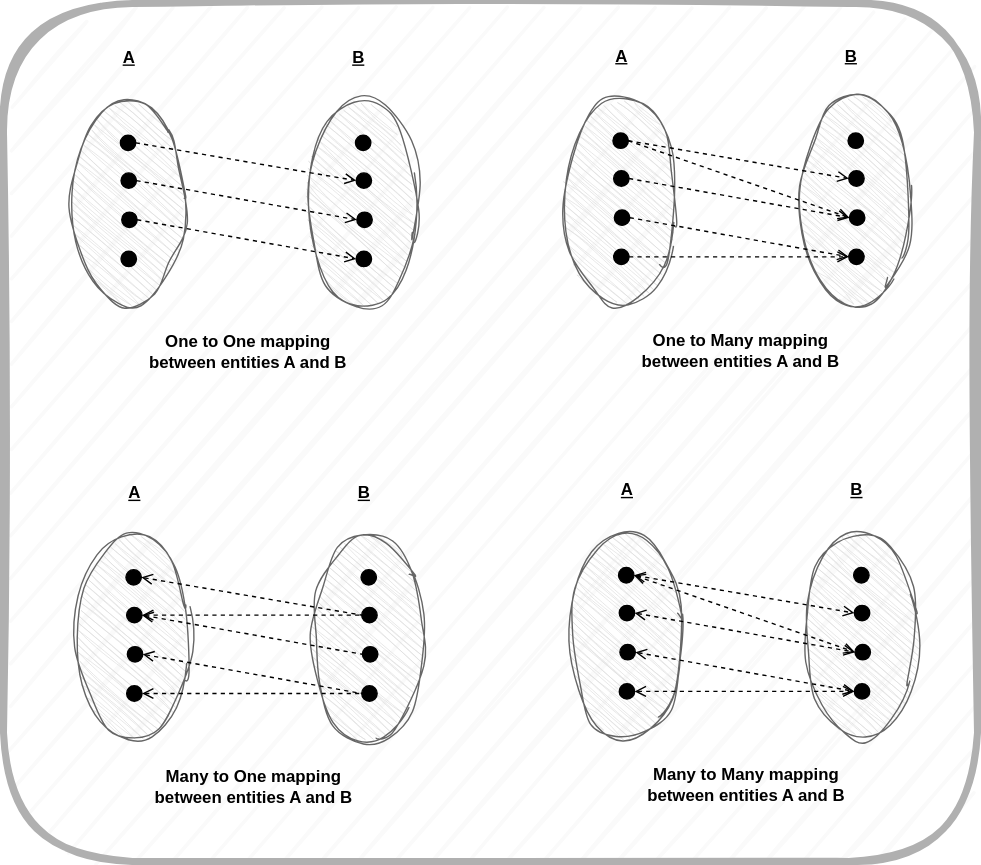
lightpack/docs keeps this draw.io diagram as _media/orm/rdbms-association-types.svg. Above is the earlier version. Source tidied: cells renumbered, new cells last; positions are measured from the earlier drawing's top-left corner, leaving out a move shared by most shapes.
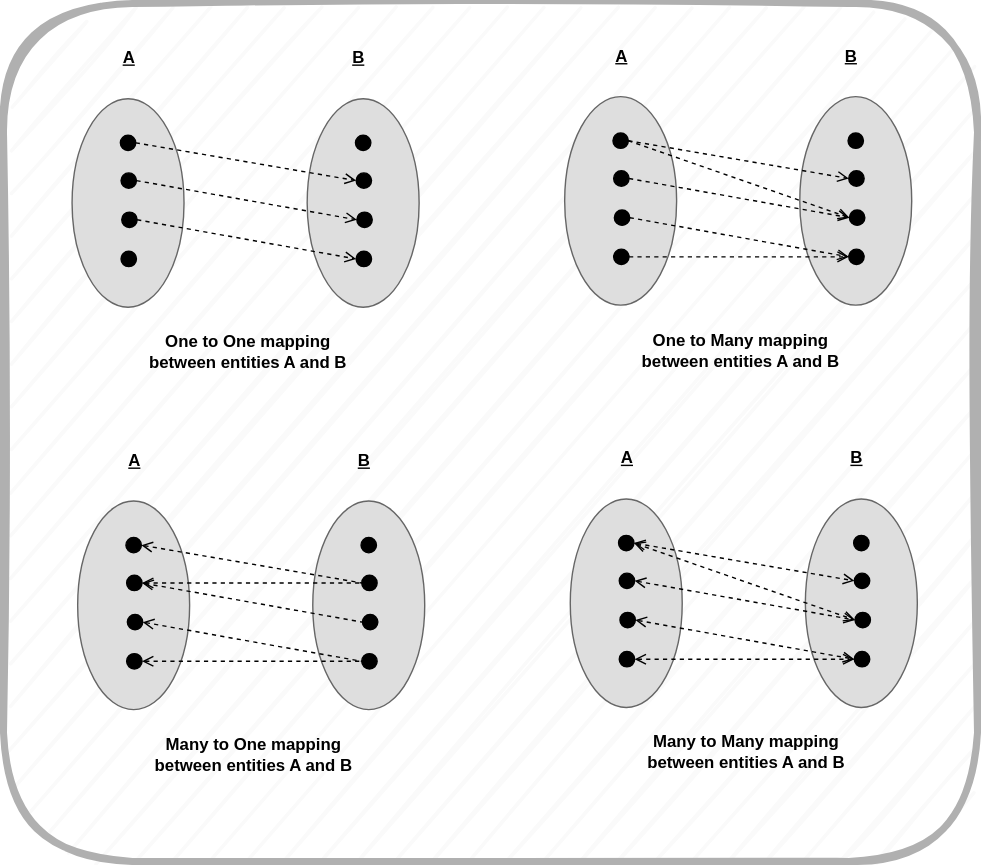
After the change.

Commit message:
docs: add relationship diagrams and documentation

Diff of the diagram source:
```diff
@@ -5,7 +5,7 @@
     <mxCell id="2" style="rounded=1;whiteSpace=wrap;html=1;strokeWidth=5;fillColor=#FAFAFA;strokeColor=#B0B0B0;fontColor=#333333;glass=0;shadow=0;sketch=1;curveFitting=1;jiggle=2;" parent="1" vertex="1">
       <mxGeometry width="696" height="613" as="geometry" />
     </mxCell>
-    <mxCell id="3" style="ellipse;whiteSpace=wrap;html=1;direction=south;fillColor=#DEDEDE;strokeColor=#666666;sketch=1;curveFitting=1;jiggle=2;fontColor=#333333;" parent="1" vertex="1">
+    <mxCell id="3" style="ellipse;whiteSpace=wrap;html=1;direction=south;fillColor=#DEDEDE;strokeColor=#666666;fontColor=#333333;" parent="1" vertex="1">
       <mxGeometry x="49" y="68" width="80" height="149" as="geometry" />
     </mxCell>
     <mxCell id="4" style="ellipse;whiteSpace=wrap;html=1;fillColor=#000000;" parent="1" vertex="1">
@@ -20,7 +20,7 @@
     <mxCell id="7" style="ellipse;whiteSpace=wrap;html=1;fillColor=#000000;" parent="1" vertex="1">
       <mxGeometry x="84" y="177" width="11" height="11" as="geometry" />
     </mxCell>
-    <mxCell id="8" style="ellipse;whiteSpace=wrap;html=1;direction=south;fillColor=#DEDEDE;strokeColor=#666666;sketch=1;curveFitting=1;jiggle=2;fontColor=#333333;" parent="1" vertex="1">
+    <mxCell id="8" style="ellipse;whiteSpace=wrap;html=1;direction=south;fillColor=#DEDEDE;strokeColor=#666666;fontColor=#333333;" parent="1" vertex="1">
       <mxGeometry x="217" y="68" width="80" height="149" as="geometry" />
     </mxCell>
     <mxCell id="9" style="ellipse;whiteSpace=wrap;html=1;fillColor=#000000;" parent="1" vertex="1">
@@ -53,7 +53,7 @@
     <mxCell id="18" value="One to One mapping &lt;br&gt;between entities A and B" style="text;html=1;align=center;verticalAlign=middle;whiteSpace=wrap;rounded=0;fontSize=12;fontStyle=1;" parent="1" vertex="1">
       <mxGeometry x="45" y="234" width="260" height="30" as="geometry" />
     </mxCell>
-    <mxCell id="19" style="ellipse;whiteSpace=wrap;html=1;direction=south;fillColor=#DEDEDE;strokeColor=#666666;sketch=1;curveFitting=1;jiggle=2;fontColor=#333333;" parent="1" vertex="1">
+    <mxCell id="19" style="ellipse;whiteSpace=wrap;html=1;direction=south;fillColor=#DEDEDE;strokeColor=#666666;fontColor=#333333;" parent="1" vertex="1">
       <mxGeometry x="401" y="66.5" width="80" height="149" as="geometry" />
     </mxCell>
     <mxCell id="20" style="ellipse;whiteSpace=wrap;html=1;fillColor=#000000;" parent="1" vertex="1">
@@ -68,7 +68,7 @@
     <mxCell id="23" style="ellipse;whiteSpace=wrap;html=1;fillColor=#000000;" parent="1" vertex="1">
       <mxGeometry x="436" y="175.5" width="11" height="11" as="geometry" />
     </mxCell>
-    <mxCell id="24" style="ellipse;whiteSpace=wrap;html=1;direction=south;fillColor=#DEDEDE;strokeColor=#666666;sketch=1;curveFitting=1;jiggle=2;fontColor=#333333;" parent="1" vertex="1">
+    <mxCell id="24" style="ellipse;whiteSpace=wrap;html=1;direction=south;fillColor=#DEDEDE;strokeColor=#666666;fontColor=#333333;" parent="1" vertex="1">
       <mxGeometry x="569" y="66.5" width="80" height="149" as="geometry" />
     </mxCell>
     <mxCell id="25" style="ellipse;whiteSpace=wrap;html=1;fillColor=#000000;" parent="1" vertex="1">
@@ -107,35 +107,35 @@
     <mxCell id="36" style="endArrow=open;html=1;rounded=0;exitX=1;exitY=0.5;exitDx=0;exitDy=0;entryX=0;entryY=0.5;entryDx=0;entryDy=0;dashed=1;endFill=0;" parent="1" edge="1" source="23" target="28">
       <mxGeometry relative="1" as="geometry" />
     </mxCell>
-    <mxCell id="37" style="ellipse;whiteSpace=wrap;html=1;direction=south;fillColor=#DEDEDE;strokeColor=#666666;sketch=1;curveFitting=1;jiggle=2;fontColor=#333333;" parent="1" vertex="1">
-      <mxGeometry x="53" y="378.5" width="80" height="149" as="geometry" />
+    <mxCell id="37" style="ellipse;whiteSpace=wrap;html=1;direction=south;fillColor=#DEDEDE;strokeColor=#666666;fontColor=#333333;" parent="1" vertex="1">
+      <mxGeometry x="53" y="355.5" width="80" height="149" as="geometry" />
     </mxCell>
     <mxCell id="38" style="ellipse;whiteSpace=wrap;html=1;fillColor=#000000;" parent="1" vertex="1">
-      <mxGeometry x="87.5" y="404.5" width="11" height="11" as="geometry" />
+      <mxGeometry x="87.5" y="381.5" width="11" height="11" as="geometry" />
     </mxCell>
     <mxCell id="39" style="ellipse;whiteSpace=wrap;html=1;fillColor=#000000;" parent="1" vertex="1">
-      <mxGeometry x="88" y="431.5" width="11" height="11" as="geometry" />
+      <mxGeometry x="88" y="408.5" width="11" height="11" as="geometry" />
     </mxCell>
     <mxCell id="40" style="ellipse;whiteSpace=wrap;html=1;fillColor=#000000;" parent="1" vertex="1">
-      <mxGeometry x="88.5" y="459.5" width="11" height="11" as="geometry" />
+      <mxGeometry x="88.5" y="436.5" width="11" height="11" as="geometry" />
     </mxCell>
     <mxCell id="41" style="ellipse;whiteSpace=wrap;html=1;fillColor=#000000;" parent="1" vertex="1">
-      <mxGeometry x="88" y="487.5" width="11" height="11" as="geometry" />
+      <mxGeometry x="88" y="464.5" width="11" height="11" as="geometry" />
     </mxCell>
-    <mxCell id="42" style="ellipse;whiteSpace=wrap;html=1;direction=south;fillColor=#DEDEDE;strokeColor=#666666;sketch=1;curveFitting=1;jiggle=2;fontColor=#333333;" parent="1" vertex="1">
-      <mxGeometry x="221" y="378.5" width="80" height="149" as="geometry" />
+    <mxCell id="42" style="ellipse;whiteSpace=wrap;html=1;direction=south;fillColor=#DEDEDE;strokeColor=#666666;fontColor=#333333;" parent="1" vertex="1">
+      <mxGeometry x="221" y="355.5" width="80" height="149" as="geometry" />
     </mxCell>
     <mxCell id="43" style="ellipse;whiteSpace=wrap;html=1;fillColor=#000000;" parent="1" vertex="1">
-      <mxGeometry x="255.5" y="404.5" width="11" height="11" as="geometry" />
+      <mxGeometry x="255.5" y="381.5" width="11" height="11" as="geometry" />
     </mxCell>
     <mxCell id="44" style="ellipse;whiteSpace=wrap;html=1;fillColor=#000000;" parent="1" vertex="1">
-      <mxGeometry x="256" y="431.5" width="11" height="11" as="geometry" />
+      <mxGeometry x="256" y="408.5" width="11" height="11" as="geometry" />
     </mxCell>
     <mxCell id="45" style="ellipse;whiteSpace=wrap;html=1;fillColor=#000000;" parent="1" vertex="1">
-      <mxGeometry x="256.5" y="459.5" width="11" height="11" as="geometry" />
+      <mxGeometry x="256.5" y="436.5" width="11" height="11" as="geometry" />
     </mxCell>
     <mxCell id="46" style="ellipse;whiteSpace=wrap;html=1;fillColor=#000000;" parent="1" vertex="1">
-      <mxGeometry x="256" y="487.5" width="11" height="11" as="geometry" />
+      <mxGeometry x="256" y="464.5" width="11" height="11" as="geometry" />
     </mxCell>
     <mxCell id="47" style="endArrow=none;html=1;rounded=0;exitX=1;exitY=0.5;exitDx=0;exitDy=0;entryX=0;entryY=0.5;entryDx=0;entryDy=0;dashed=1;startArrow=open;startFill=0;" parent="1" edge="1" source="38" target="44">
       <mxGeometry relative="1" as="geometry" />
@@ -147,43 +147,43 @@
       <mxGeometry relative="1" as="geometry" />
     </mxCell>
     <mxCell id="50" value="A" style="text;html=1;align=center;verticalAlign=middle;whiteSpace=wrap;rounded=0;fontStyle=5;" parent="1" vertex="1">
-      <mxGeometry x="64" y="334.5" width="60" height="30" as="geometry" />
+      <mxGeometry x="64" y="311.5" width="60" height="30" as="geometry" />
     </mxCell>
     <mxCell id="51" value="B" style="text;html=1;align=center;verticalAlign=middle;whiteSpace=wrap;rounded=0;fontStyle=5;" parent="1" vertex="1">
-      <mxGeometry x="228" y="334.5" width="60" height="30" as="geometry" />
+      <mxGeometry x="228" y="311.5" width="60" height="30" as="geometry" />
     </mxCell>
     <mxCell id="52" value="Many to One mapping &lt;br&gt;between entities A and B" style="text;html=1;align=center;verticalAlign=middle;whiteSpace=wrap;rounded=0;fontSize=12;fontStyle=1;" parent="1" vertex="1">
-      <mxGeometry x="49" y="544.5" width="260" height="30" as="geometry" />
+      <mxGeometry x="49" y="521.5" width="260" height="30" as="geometry" />
     </mxCell>
-    <mxCell id="53" style="ellipse;whiteSpace=wrap;html=1;direction=south;fillColor=#DEDEDE;strokeColor=#666666;sketch=1;curveFitting=1;jiggle=2;fontColor=#333333;" parent="1" vertex="1">
-      <mxGeometry x="405" y="377" width="80" height="149" as="geometry" />
+    <mxCell id="53" style="ellipse;whiteSpace=wrap;html=1;direction=south;fillColor=#DEDEDE;strokeColor=#666666;fontColor=#333333;" parent="1" vertex="1">
+      <mxGeometry x="405" y="354" width="80" height="149" as="geometry" />
     </mxCell>
     <mxCell id="54" style="ellipse;whiteSpace=wrap;html=1;fillColor=#000000;" parent="1" vertex="1">
-      <mxGeometry x="439.5" y="403" width="11" height="11" as="geometry" />
+      <mxGeometry x="439.5" y="380" width="11" height="11" as="geometry" />
     </mxCell>
     <mxCell id="55" style="ellipse;whiteSpace=wrap;html=1;fillColor=#000000;" parent="1" vertex="1">
-      <mxGeometry x="440" y="430" width="11" height="11" as="geometry" />
+      <mxGeometry x="440" y="407" width="11" height="11" as="geometry" />
     </mxCell>
     <mxCell id="56" style="ellipse;whiteSpace=wrap;html=1;fillColor=#000000;" parent="1" vertex="1">
-      <mxGeometry x="440.5" y="458" width="11" height="11" as="geometry" />
+      <mxGeometry x="440.5" y="435" width="11" height="11" as="geometry" />
     </mxCell>
     <mxCell id="57" style="ellipse;whiteSpace=wrap;html=1;fillColor=#000000;" parent="1" vertex="1">
-      <mxGeometry x="440" y="486" width="11" height="11" as="geometry" />
+      <mxGeometry x="440" y="463" width="11" height="11" as="geometry" />
     </mxCell>
-    <mxCell id="58" style="ellipse;whiteSpace=wrap;html=1;direction=south;fillColor=#DEDEDE;strokeColor=#666666;sketch=1;curveFitting=1;jiggle=2;fontColor=#333333;" parent="1" vertex="1">
-      <mxGeometry x="573" y="377" width="80" height="149" as="geometry" />
+    <mxCell id="58" style="ellipse;whiteSpace=wrap;html=1;direction=south;fillColor=#DEDEDE;strokeColor=#666666;fontColor=#333333;" parent="1" vertex="1">
+      <mxGeometry x="573" y="354" width="80" height="149" as="geometry" />
     </mxCell>
     <mxCell id="59" style="ellipse;whiteSpace=wrap;html=1;fillColor=#000000;" parent="1" vertex="1">
-      <mxGeometry x="607.5" y="403" width="11" height="11" as="geometry" />
+      <mxGeometry x="607.5" y="380" width="11" height="11" as="geometry" />
     </mxCell>
     <mxCell id="60" style="ellipse;whiteSpace=wrap;html=1;fillColor=#000000;" parent="1" vertex="1">
-      <mxGeometry x="608" y="430" width="11" height="11" as="geometry" />
+      <mxGeometry x="608" y="407" width="11" height="11" as="geometry" />
     </mxCell>
     <mxCell id="61" style="ellipse;whiteSpace=wrap;html=1;fillColor=#000000;" parent="1" vertex="1">
-      <mxGeometry x="608.5" y="458" width="11" height="11" as="geometry" />
+      <mxGeometry x="608.5" y="435" width="11" height="11" as="geometry" />
     </mxCell>
     <mxCell id="62" style="ellipse;whiteSpace=wrap;html=1;fillColor=#000000;" parent="1" vertex="1">
-      <mxGeometry x="608" y="486" width="11" height="11" as="geometry" />
+      <mxGeometry x="608" y="463" width="11" height="11" as="geometry" />
     </mxCell>
     <mxCell id="63" style="endArrow=open;html=1;rounded=0;exitX=1;exitY=0.5;exitDx=0;exitDy=0;entryX=0;entryY=0.5;entryDx=0;entryDy=0;dashed=1;startArrow=open;startFill=0;endFill=0;" parent="1" edge="1" source="54" target="60">
       <mxGeometry relative="1" as="geometry" />
@@ -195,13 +195,13 @@
       <mxGeometry relative="1" as="geometry" />
     </mxCell>
     <mxCell id="66" value="A" style="text;html=1;align=center;verticalAlign=middle;whiteSpace=wrap;rounded=0;fontStyle=5;" parent="1" vertex="1">
-      <mxGeometry x="416" y="333" width="60" height="30" as="geometry" />
+      <mxGeometry x="416" y="310" width="60" height="30" as="geometry" />
     </mxCell>
     <mxCell id="67" value="B" style="text;html=1;align=center;verticalAlign=middle;whiteSpace=wrap;rounded=0;fontStyle=5;" parent="1" vertex="1">
-      <mxGeometry x="580" y="333" width="60" height="30" as="geometry" />
+      <mxGeometry x="580" y="310" width="60" height="30" as="geometry" />
     </mxCell>
     <mxCell id="68" value="Many to Many mapping &lt;br&gt;between entities A and B" style="text;html=1;align=center;verticalAlign=middle;whiteSpace=wrap;rounded=0;fontSize=12;fontStyle=1;" parent="1" vertex="1">
-      <mxGeometry x="401" y="543" width="260" height="30" as="geometry" />
+      <mxGeometry x="401" y="520" width="260" height="30" as="geometry" />
     </mxCell>
     <mxCell id="69" style="endArrow=open;html=1;rounded=0;exitX=1;exitY=0.5;exitDx=0;exitDy=0;entryX=0;entryY=0.5;entryDx=0;entryDy=0;dashed=1;startArrow=open;startFill=0;endFill=0;" parent="1" edge="1" source="54" target="61">
       <mxGeometry relative="1" as="geometry" />
```
